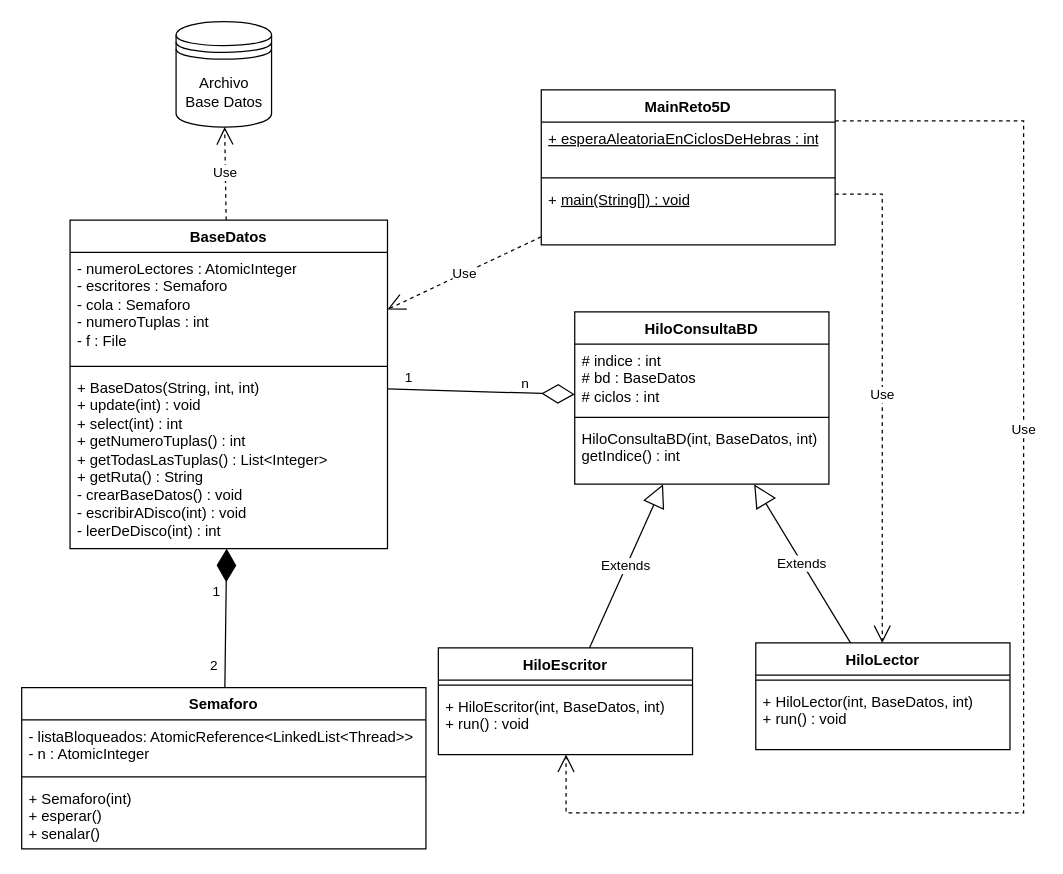
This is documentos/valoresatomicos.drawio from josebailoneduca/PSPRO_Reto5, a draw.io file, before an edit. Source tidied: cells renumbered, new cells numbered last; positions are measured from the earlier drawing's top-left corner, leaving out a move shared by most shapes. Both pictures are drawn from the tidied source at 124%, with x=0, y=0 at pixel (21, 21).
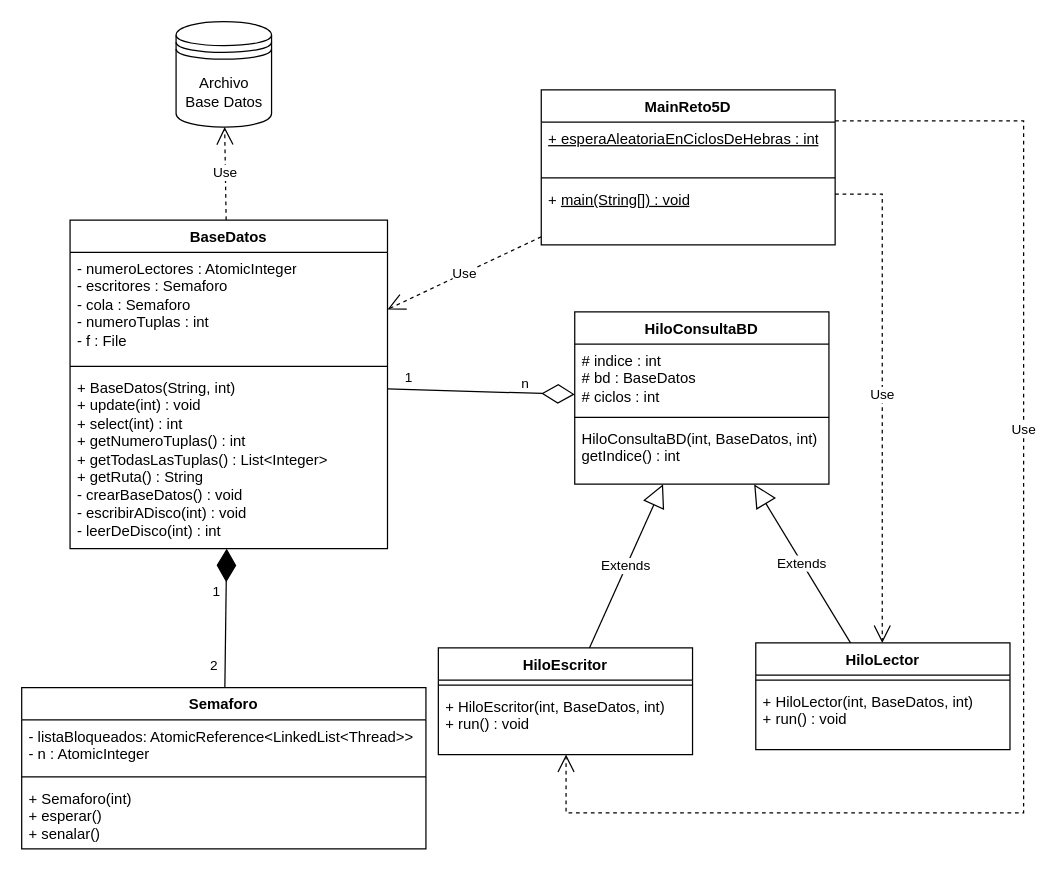
After the change.

The change refers to these unchanged cells:
```xml
<mxCell id="2" value="BaseDatos" style="swimlane;fontStyle=1;align=center;verticalAlign=top;horizontal=1;startSize=26;whiteSpace=wrap;html=1;" parent="1" vertex="1">
  <mxGeometry x="39" y="160" width="256" height="265" as="geometry" />
</mxCell>
```

Change to the diagram source:
```diff
@@
-    <mxCell id="5" value="&lt;div&gt;+ BaseDatos(String, int, int)&lt;/div&gt;&lt;div&gt;+ update(int) : void&lt;/div&gt;&lt;div&gt;+ select(int) : int&lt;/div&gt;&lt;div&gt;+ getNumeroTuplas() : int&lt;/div&gt;&lt;div&gt;+ getTodasLasTuplas() : List&amp;lt;Integer&amp;gt;&lt;/div&gt;&lt;div&gt;+ getRuta() : String&lt;/div&gt;&lt;div&gt;- crearBaseDatos() : void&lt;/div&gt;&lt;div&gt;- escribirADisco(int) : void&lt;/div&gt;&lt;div&gt;- leerDeDisco(int) : int&lt;/div&gt;" style="text;strokeColor=none;fillColor=none;align=left;verticalAlign=top;spacingLeft=4;spacingRight=4;overflow=hidden;whiteSpace=wrap;html=1;" parent="2" vertex="1">
+    <mxCell id="5" value="&lt;div&gt;+ BaseDatos(String, int)&lt;/div&gt;&lt;div&gt;+ update(int) : void&lt;/div&gt;&lt;div&gt;+ select(int) : int&lt;/div&gt;&lt;div&gt;+ getNumeroTuplas() : int&lt;/div&gt;&lt;div&gt;+ getTodasLasTuplas() : List&amp;lt;Integer&amp;gt;&lt;/div&gt;&lt;div&gt;+ getRuta() : String&lt;/div&gt;&lt;div&gt;- crearBaseDatos() : void&lt;/div&gt;&lt;div&gt;- escribirADisco(int) : void&lt;/div&gt;&lt;div&gt;- leerDeDisco(int) : int&lt;/div&gt;" style="text;strokeColor=none;fillColor=none;align=left;verticalAlign=top;spacingLeft=4;spacingRight=4;overflow=hidden;whiteSpace=wrap;html=1;" parent="2" vertex="1">
       <mxGeometry y="122" width="256" height="143" as="geometry" />
     </mxCell>
```
